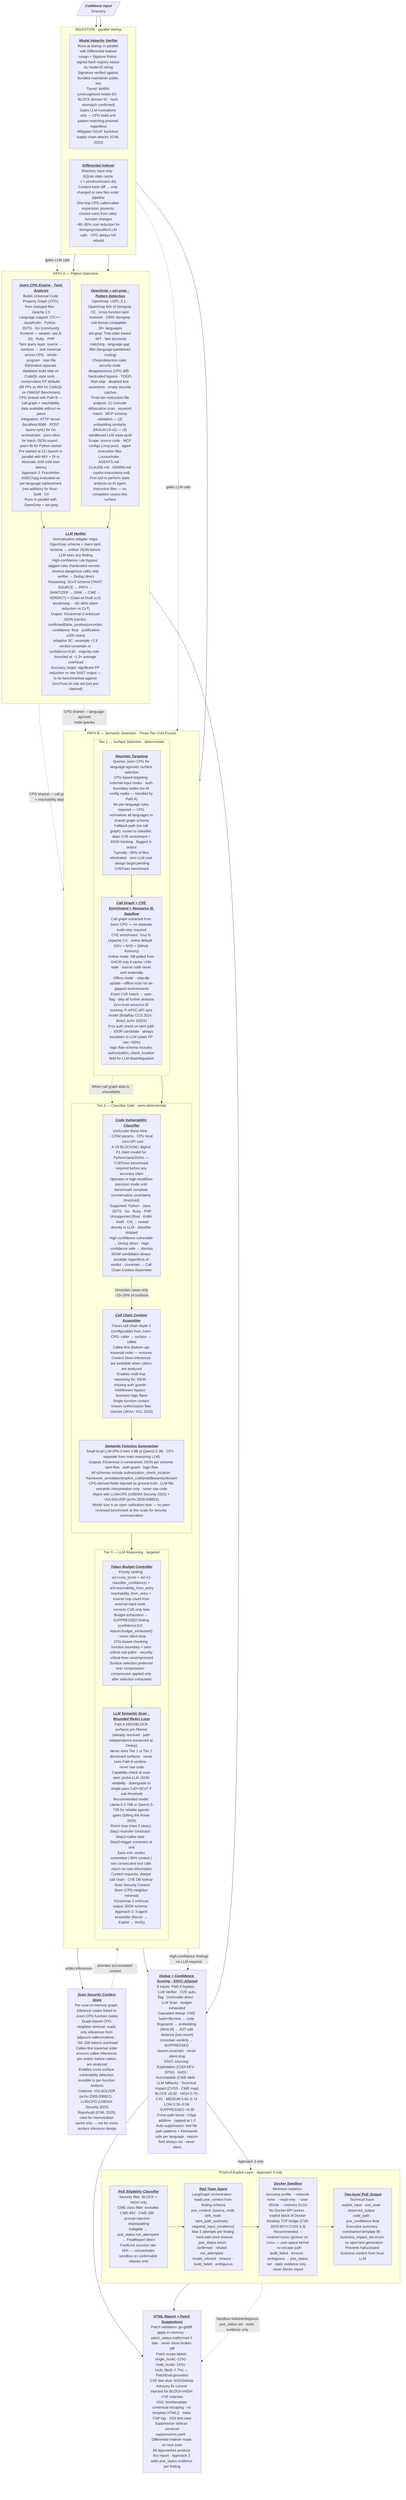
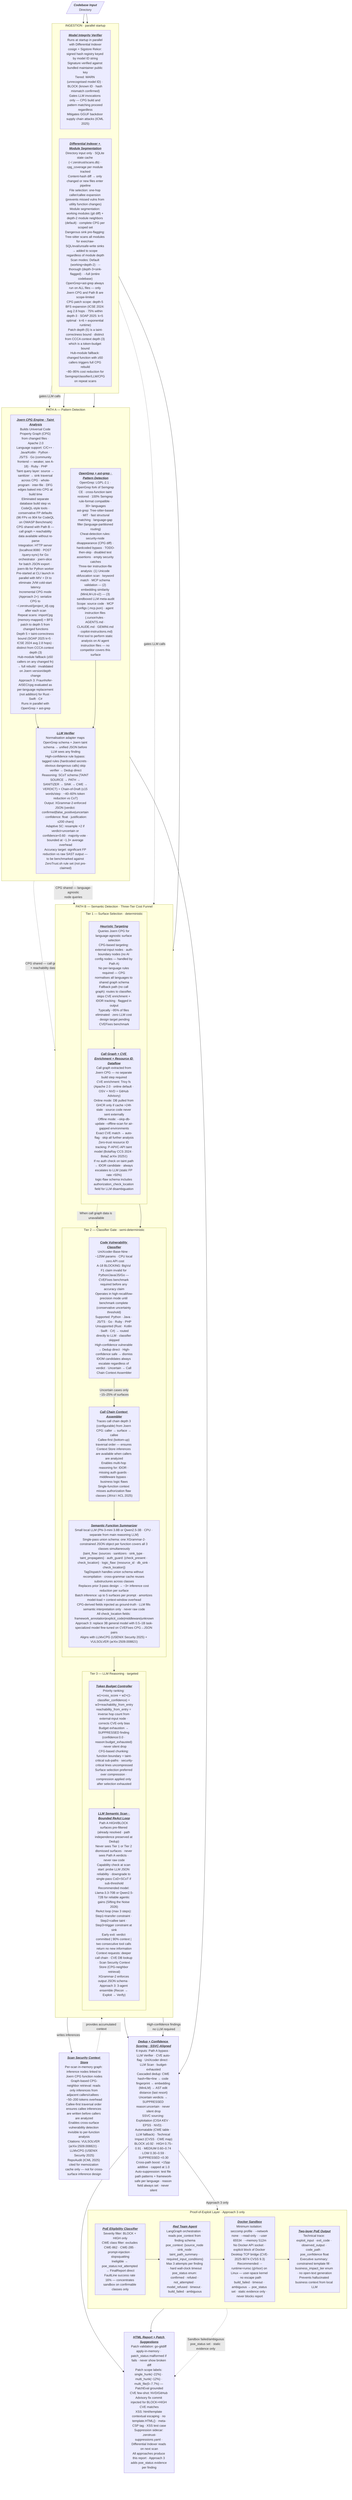
graph TD
    Input[/"<b><i>Codebase Input</i></b>\nDirectory"/]

    subgraph INGEST["INGESTION · parallel startup"]
        direction LR
        Model_IV["<b><i><u>Model Integrity Verifier</u></i></b>\nRuns at startup in parallel with Differential Indexer\ncosign + Sigstore Rekor: signed hash registry keyed by model ID string\nSignature verified against bundled maintainer public key\nTiered: WARN (unrecognised model ID) · BLOCK (known ID · hash mismatch confirmed)\nGates LLM invocations only — CPG build and pattern matching proceed regardless\nMitigates GGUF backdoor supply chain attacks (ICML 2025)"]
-         DI["<b><i><u>Differential Indexer</u></i></b>\nDirectory input only · SQLite state cache (~/.zerotrust/scans.db)\nContent-hash diff → only changed or new files enter pipeline\nOne-hop CPG caller/callee expansion: prevents missed vulns from utility function changes\n~80–95% cost reduction for Semgrep/classifier/LLM calls · CPG always full rebuild"]
+         DI["<b><i><u>Differential Indexer + Module Segmentation</u></i></b>\nDirectory input only · SQLite state cache (~/.zerotrust/scans.db) · cpg_coverage per module tracked\nContent-hash diff → only changed or new files enter pipeline\nFile selection: one-hop caller/callee expansion (prevents missed vulns from utility function changes)\nModule segmentation: working modules (git diff) + depth-2 module neighbors (default) · complete CPG per scoped set\nDangerous sink pre-flagging: Tree-sitter scans all modules for exec/raw-SQL/eval/unsafe-write sinks → added to scope regardless of module depth\nScan modes: Default (working+depth-2) · --thorough (depth-3+sink-flagged) · --full (entire codebase)\nOpenGrep+ast-grep always run on ALL files — only Joern CPG and Path B are scope-limited\nCPG patch scope: depth-5 BFS expansion (ICSE 2024: avg 2.8 hops · 75% within depth-3 · SOAP 2025: k=5 optimal · k=6 = exponential runtime)\nPatch depth (5) is a taint-correctness bound · distinct from CCCA context depth (3) which is a token-budget bound\nHub-module fallback: changed function with ≥50 callers triggers full CPG rebuild\n~80–95% cost reduction for Semgrep/classifier/LLM/CPG on repeat scans"]
    end

    subgraph PA["PATH A — Pattern Detection"]
        direction TB
        PA_SG["<b><i><u>OpenGrep + ast-grep · Pattern Detection</u></i></b>\nOpenGrep: LGPL-2.1 · OpenGrep fork of Semgrep CE · cross-function taint restored · 100% Semgrep rule-format compatible · 30+ languages\nast-grep: Tree-sitter-based · MIT · fast structural matching · language-gap filler (language-partitioned routing)\nCheat-detection rules: security-node disappearance (CPG diff) · hardcoded bypass · TODO-then-skip · disabled test assertions · empty security catches\nThree-tier instruction-file analysis: (1) Unicode obfuscation scan · keyword match · MCP schema validation — (2) embedding similarity (MiniLM-L6-v2) — (3) sandboxed LLM meta-audit\nScope: source code · MCP configs (.mcp.json) · agent instruction files (.cursor/rules · AGENTS.md · CLAUDE.md · GEMINI.md · copilot-instructions.md)\nFirst tool to perform static analysis on AI agent instruction files — no competitor covers this surface"]
-         PA_CQ["<b><i><u>Joern CPG Engine · Taint Analysis</u></i></b>\nBuilds Universal Code Property Graph (CPG) from changed files · Apache 2.0\nLanguage support: C/C++ · Java/Kotlin · Python · JS/TS · Go (community frontend — weaker, see A-18) · Ruby · PHP\nTaint query layer: source → sanitizer → sink traversal across CPG · whole-program · inter-file\nEliminated separate database build step vs CodeQL-style tools · conservative FP defaults (96 FPs vs 904 for CodeQL on OWASP Benchmark)\nCPG shared with Path B — call graph + reachability data available without re-parse\nIntegration: HTTP server (localhost:8080 · POST /query-sync) for Go orchestrator · joern-slice for batch JSON export · joern-lib for Python worker\nPre-started at CLI launch in parallel with MIV + DI to eliminate JVM cold-start latency\nApproach 3: Fraunhofer-AISEC/cpg evaluated as per-language replacement (not addition) for Rust · Swift · C#\nRuns in parallel with OpenGrep + ast-grep"]
+         PA_CQ["<b><i><u>Joern CPG Engine · Taint Analysis</u></i></b>\nBuilds Universal Code Property Graph (CPG) from changed files · Apache 2.0\nLanguage support: C/C++ · Java/Kotlin · Python · JS/TS · Go (community frontend — weaker, see A-18) · Ruby · PHP\nTaint query layer: source → sanitizer → sink traversal across CPG · whole-program · inter-file · DFG edges baked into CPG at build time\nEliminated separate database build step vs CodeQL-style tools · conservative FP defaults (96 FPs vs 904 for CodeQL on OWASP Benchmark)\nCPG shared with Path B — call graph + reachability data available without re-parse\nIntegration: HTTP server (localhost:8080 · POST /query-sync) for Go orchestrator · joern-slice for batch JSON export · joern-lib for Python worker\nPre-started at CLI launch in parallel with MIV + DI to eliminate JVM cold-start latency\nIncremental CPG mode (Approach 2+): serialize CPG to ~/.zerotrust/{project_id}.cpg after each scan\nRepeat scans: importCpg (memory-mapped) + BFS patch to depth 5 from changed functions\nDepth 5 = taint-correctness bound (SOAP 2025 k=5 · ICSE 2024 avg 2.8 hops) · distinct from CCCA context depth (3)\nHub-module fallback (≥50 callers on any changed fn) → full rebuild · invalidated on Joern version/depth change\nApproach 3: Fraunhofer-AISEC/cpg evaluated as per-language replacement (not addition) for Rust · Swift · C#\nRuns in parallel with OpenGrep + ast-grep"]
        PA_LV["<b><i><u>LLM Verifier</u></i></b>\nNormalisation adapter maps OpenGrep schema + Joern taint schema → unified JSON before LLM sees any finding\nHigh-confidence rule bypass: tagged rules (hardcoded secrets · obvious dangerous calls) skip verifier → Dedup direct\nReasoning: SCoT schema (TAINT SOURCE → PATH → SANITIZER → SINK → CWE → VERDICT) + Chain-of-Draft (≤15 words/step · ~40–60% token reduction vs CoT)\nOutput: XGrammar-2-enforced JSON {verdict: confirmed|false_positive|uncertain · confidence: float · justification: ≤200 chars}\nAdaptive SC: resample ×2 if verdict=uncertain or confidence<0.60 · majority-vote · bounded at ~1.3× average overhead\nAccuracy target: significant FP reduction vs raw SAST output — to be benchmarked against ZeroTrust.sh rule set (not pre-claimed)"]
        PA_CQ --> PA_LV
    end

    subgraph PB["PATH B — Semantic Detection · Three-Tier Cost Funnel"]
        direction TB

        subgraph T1["Tier 1 — Surface Selection · deterministic"]
            direction TB
            PB_HT["<b><i><u>Heuristic Targeting</u></i></b>\nQueries Joern CPG for language-agnostic surface selection\nCPG-based targeting: external-input nodes · auth-boundary nodes (no AI config nodes — handled by Path A)\nNo per-language rules required — CPG normalises all languages to shared graph schema\nFallback path (no call graph): routes to classifier, skips CVE enrichment + IDOR tracking · flagged in output\nTypically ~95% of files eliminated · zero LLM cost · design target pending CVEFixes benchmark"]
            PB_CG["<b><i><u>Call Graph + CVE Enrichment + Resource ID Dataflow</u></i></b>\nCall graph extracted from Joern CPG — no separate build step required\nCVE enrichment: Trivy fs (Apache 2.0 · online default · OSV + NVD + GitHub Advisory)\nOnline mode: DB pulled from GHCR only if cache >24h stale · source code never sent externally\nOffline mode: --skip-db-update --offline-scan for air-gapped environments\nExact CVE match → auto-flag · skip all further analysis\nZero-trust resource ID tracking: P-API/C-API taint model (BolaRay CCS 2024 · BolaZ arXiv 2025‡)\nIf no auth check on taint path → IDOR candidate · always escalates to LLM (static FP rate >50%)\nlogic-flaw schema includes authorization_check_location field for LLM disambiguation"]
        end

        subgraph T2["Tier 2 — Classifier Gate · semi-deterministic"]
            direction TB
            PB_CC["<b><i><u>Code Vulnerability Classifier</u></i></b>\nUniXcoder-Base-Nine · ~125M params · CPU local · zero API cost\nA-18 BLOCKING: BigVul F1 claim invalid for Python/Java/JS/Go — CVEFixes benchmark required before any accuracy claim\nOperates in high-recall/low-precision mode until benchmark complete (conservative uncertainty threshold)\nSupported: Python · Java · JS/TS · Go · Ruby · PHP\nUnsupported (Rust · Kotlin · Swift · C#) → routed directly to LLM · classifier skipped\nHigh-confidence vulnerable → Dedup direct · High-confidence safe → dismiss\nIDOM candidates always escalate regardless of verdict · Uncertain → Call Chain Context Assembler"]
            PB_CCCA["<b><i><u>Call Chain Context Assembler</u></i></b>\nTraces call chain depth 3 (configurable) from Joern CPG: caller → surface → callee\nCallee-first (bottom-up) traversal order — ensures Context Store inferences are available when callers are analyzed\nEnables multi-hop reasoning for: IDOR · missing auth guards · middleware bypass · business logic flaws\nSingle-function context misses authorization flaw classes (JitVul / ACL 2025)"]
-             PB_SFS["<b><i><u>Semantic Function Summarizer</u></i></b>\nSmall local LLM (Phi-3-mini 3.8B or Qwen2.5-3B · CPU · separate from main reasoning LLM)\nOutputs XGrammar-2-constrained JSON per schema: taint-flow · auth-guard · logic-flaw\nAll schemas include authorization_check_location: framework_annotation|explicit_code|middleware|unknown\nCPG-derived fields injected as ground-truth · LLM fills semantic interpretation only · never raw code\nAligns with LLMxCPG (USENIX Security 2025) + VULSOLVER (arXiv:2509.00882‡)\nModel size is an open calibration task — no peer-reviewed benchmark at this scale for security summarization"]
+             PB_SFS["<b><i><u>Semantic Function Summarizer</u></i></b>\nSmall local LLM (Phi-3-mini 3.8B or Qwen2.5-3B · CPU · separate from main reasoning LLM)\nSingle-pass union schema: one XGrammar-2-constrained JSON object per function covers all 3 classes simultaneously\n{taint_flow: {sources · sanitizers · sink_type · taint_propagates} · auth_guard: {check_present · check_location} · logic_flaw: {resource_id · db_sink · check_location}}\nTagDispatch handles union schema without recompilation · cross-grammar cache reuses substructures across classes\nReplaces prior 3-pass design → ~3× inference cost reduction per surface\nBatch inference: up to 5 surfaces per prompt · amortizes model-load + context-window overhead\nCPG-derived fields injected as ground-truth · LLM fills semantic interpretation only · never raw code\nAll check_location fields: framework_annotation|explicit_code|middleware|unknown\nApproach 3: replace 3B general model with 0.5–1B task-specialized model fine-tuned on CVEFixes CPG→JSON pairs\nAligns with LLMxCPG (USENIX Security 2025) + VULSOLVER (arXiv:2509.00882‡)"]
        end

        subgraph T3["Tier 3 — LLM Reasoning · targeted"]
            direction TB
            PB_TB["<b><i><u>Token Budget Controller</u></i></b>\nPriority ranking: w1×cvss_score + w2×(1-classifier_confidence) + w3×reachability_from_entry\nreachability_from_entry = inverse hop count from external-input node · corrects CVE-only bias\nBudget exhaustion → SUPPRESSED finding (confidence:0.0 · reason:budget_exhausted) · never silent drop\nCFG-based chunking: function boundary + taint-critical sub-paths · security-critical lines uncompressed\nSurface selection preferred over compression · compression applied only after selection exhausted"]
            PB_LS["<b><i><u>LLM Semantic Scan · Bounded ReAct Loop</u></i></b>\nPath A HIGH/BLOCK surfaces pre-filtered (already resolved · path independence preserved at Dedup)\nNever sees Tier 1 or Tier 2 dismissed surfaces · never sees Path A verdicts · never raw code\nCapability check at scan start: probe LLM JSON reliability · downgrade to single-pass CoD+SCoT if sub-threshold\nRecommended model: Llama-3.3-70B or Qwen2.5-72B for reliable agentic gains (Sifting the Noise 2026)\nReAct loop (max 3 steps): Step1=transfer constraint · Step2=callee taint · Step3=trigger constraint at sink\nEarly exit: verdict committed | 90% context | two consecutive tool calls return no new information\nContext requests: deeper call chain · CVE DB lookup · Scan Security Context Store (CPG-neighbor retrieval)\nXGrammar-2 enforces output JSON schema · Approach 3: 3-agent ensemble (Recon → Exploit → Verify)"]
        end

        PB_CC -->|"Uncertain cases only\n~15–25% of surfaces"| PB_CCCA
        PB_CCCA --> PB_SFS
        PB_SFS --> PB_TB
        PB_TB --> PB_LS
        PB_HT -.->|"When call graph data is unavailable"| PB_CC
        PB_HT --> PB_CG
        PB_CG --> PB_CC
    end

    Input --> Model_IV
    Input --> DI
    Model_IV -.->|"gates LLM calls"| PA_LV
    Model_IV -.->|"gates LLM calls"| PB_LS
    DI --> PA_SG
    DI --> PA_CQ
    DI --> PB_HT

    PA_CQ -.->|"CPG shared — call graph\n+ reachability data"| PB_CG
    PA_CQ -.->|"CPG shared — language-agnostic\nnode queries"| PB_HT

    SCS["<b><i><u>Scan Security Context Store</u></i></b>\nPer-scan in-memory graph: inference nodes linked to Joern CPG function nodes\nGraph-based CPG-neighbor retrieval: reads only inferences from adjacent callers/callees · ~50–200 tokens overhead\nCallee-first traversal order ensures callee inferences are written before callers are analyzed\nEnables cross-surface vulnerability detection invisible to per-function analysis\nCitations: VULSOLVER (arXiv:2509.00882‡) · LLMxCPG (USENIX Security 2025)\nRepoAudit (ICML 2025) cited for memoization cache only — not for cross-surface inference design"]

    PB_LS -->|"writes inferences"| SCS
    SCS -.->|"provides accumulated context"| PB_LS
    PB_LS --> Dedup
    PA_SG --> PA_LV
    PB_CC -->|"High-confidence findings\nno LLM required"| Dedup
    PA_LV --> Dedup

    Dedup["<b><i><u>Dedup + Confidence Scoring · SSVC-Aligned</u></i></b>\n6 inputs: Path A bypass · LLM Verifier · CVE auto-flag · UniXcoder direct · LLM Scan · budget-exhausted\nCascaded dedup: CWE hash+file+line → code fingerprint → embedding (MiniLM) → AST edit distance (last resort)\nUncertain verdicts → SUPPRESSED reason:uncertain · never silent drop\nSSVC sourcing: Exploitation (CISA KEV · EPSS · NVD) · Automatable (CWE table · LLM fallback) · Technical Impact (CVSS · CWE map)\nBLOCK ≥0.92 · HIGH 0.75–0.91 · MEDIUM 0.60–0.74 · LOW 0.30–0.59 · SUPPRESSED <0.30\nCross-path boost: +15pp additive · capped at 1.0\nAuto-suppression: test file path patterns + framework-safe per language · reason field always set · never silent"]

    subgraph PoELayer["Proof-of-Exploit Layer · Approach 3 only"]
        direction LR
        PoE_EC["<b><i><u>PoE Eligibility Classifier</u></i></b>\nSeverity filter: BLOCK + HIGH only\nCWE class filter: excludes CWE-862 · CWE-285 · prompt-injection · slopsquatting\nIneligible → poe_status:not_attempted → FinalReport direct\nFaultLine success rate 16% — concentrates sandbox on confirmable classes only"]
        RTA["<b><i><u>Red Team Agent</u></i></b>\nLangGraph orchestration · reads poe_context from finding schema\npoe_context: {source_node · sink_node · taint_path_summary · required_input_conditions}\nMax 3 attempts per finding · hard wall-clock timeout\npoe_status enum: confirmed · refuted · not_attempted · model_refused · timeout · build_failed · ambiguous"]
        DS["<b><i><u>Docker Sandbox</u></i></b>\nMinimum isolation: seccomp profile · --network none · --read-only · --user 65534 · --memory 512m\nNo Docker API socket · explicit block of Docker Desktop TCP bridge (CVE-2025-9074 CVSS 9.3)\nRecommended: --runtime=runsc (gVisor) on Linux — user-space kernel · no escape path\nbuild_failed · timeout · ambiguous → poe_status set · static evidence only · never blocks report"]
        PoEDoc["<b><i><u>Two-layer PoE Output</u></i></b>\nTechnical trace: exploit_input · exit_code · observed_output · code_path · poe_confidence float\nExecutive summary: constrained template fill · business_impact_tier enum · no open-text generation\nPrevents hallucinated business context from local LLM"]
        PoE_EC --> RTA --> DS --> PoEDoc
    end

    Dedup -->|"Approach 3 only"| PoE_EC
    Dedup --> FinalReport
    PoEDoc --> FinalReport
    DS -.->|"Sandbox failed/ambiguous\npoe_status set · static evidence only"| FinalReport

    FinalReport["<b><i><u>HTML Report + Patch Suggestions</u></i></b>\nPatch validation: go-gitdiff apply-in-memory · patch_status:malformed if fails · never show broken diff\nPatch scope labels: single_hunk(~22%) · multi_hunk(~12%) · multi_file(0–7.7%) — PatchEval grounded\nCVE few-shot: NVD/GitHub Advisory fix commit injected for BLOCK+HIGH CVE matches\nXSS: html/template contextual escaping · no template.HTML() · meta-CSP tag · XSS test case\nSuppression sidecar: .zerotrust-suppressions.yaml · Differential Indexer reads on next scan\nAll approaches produce this report · Approach 3 adds poe_status evidence per finding"]
